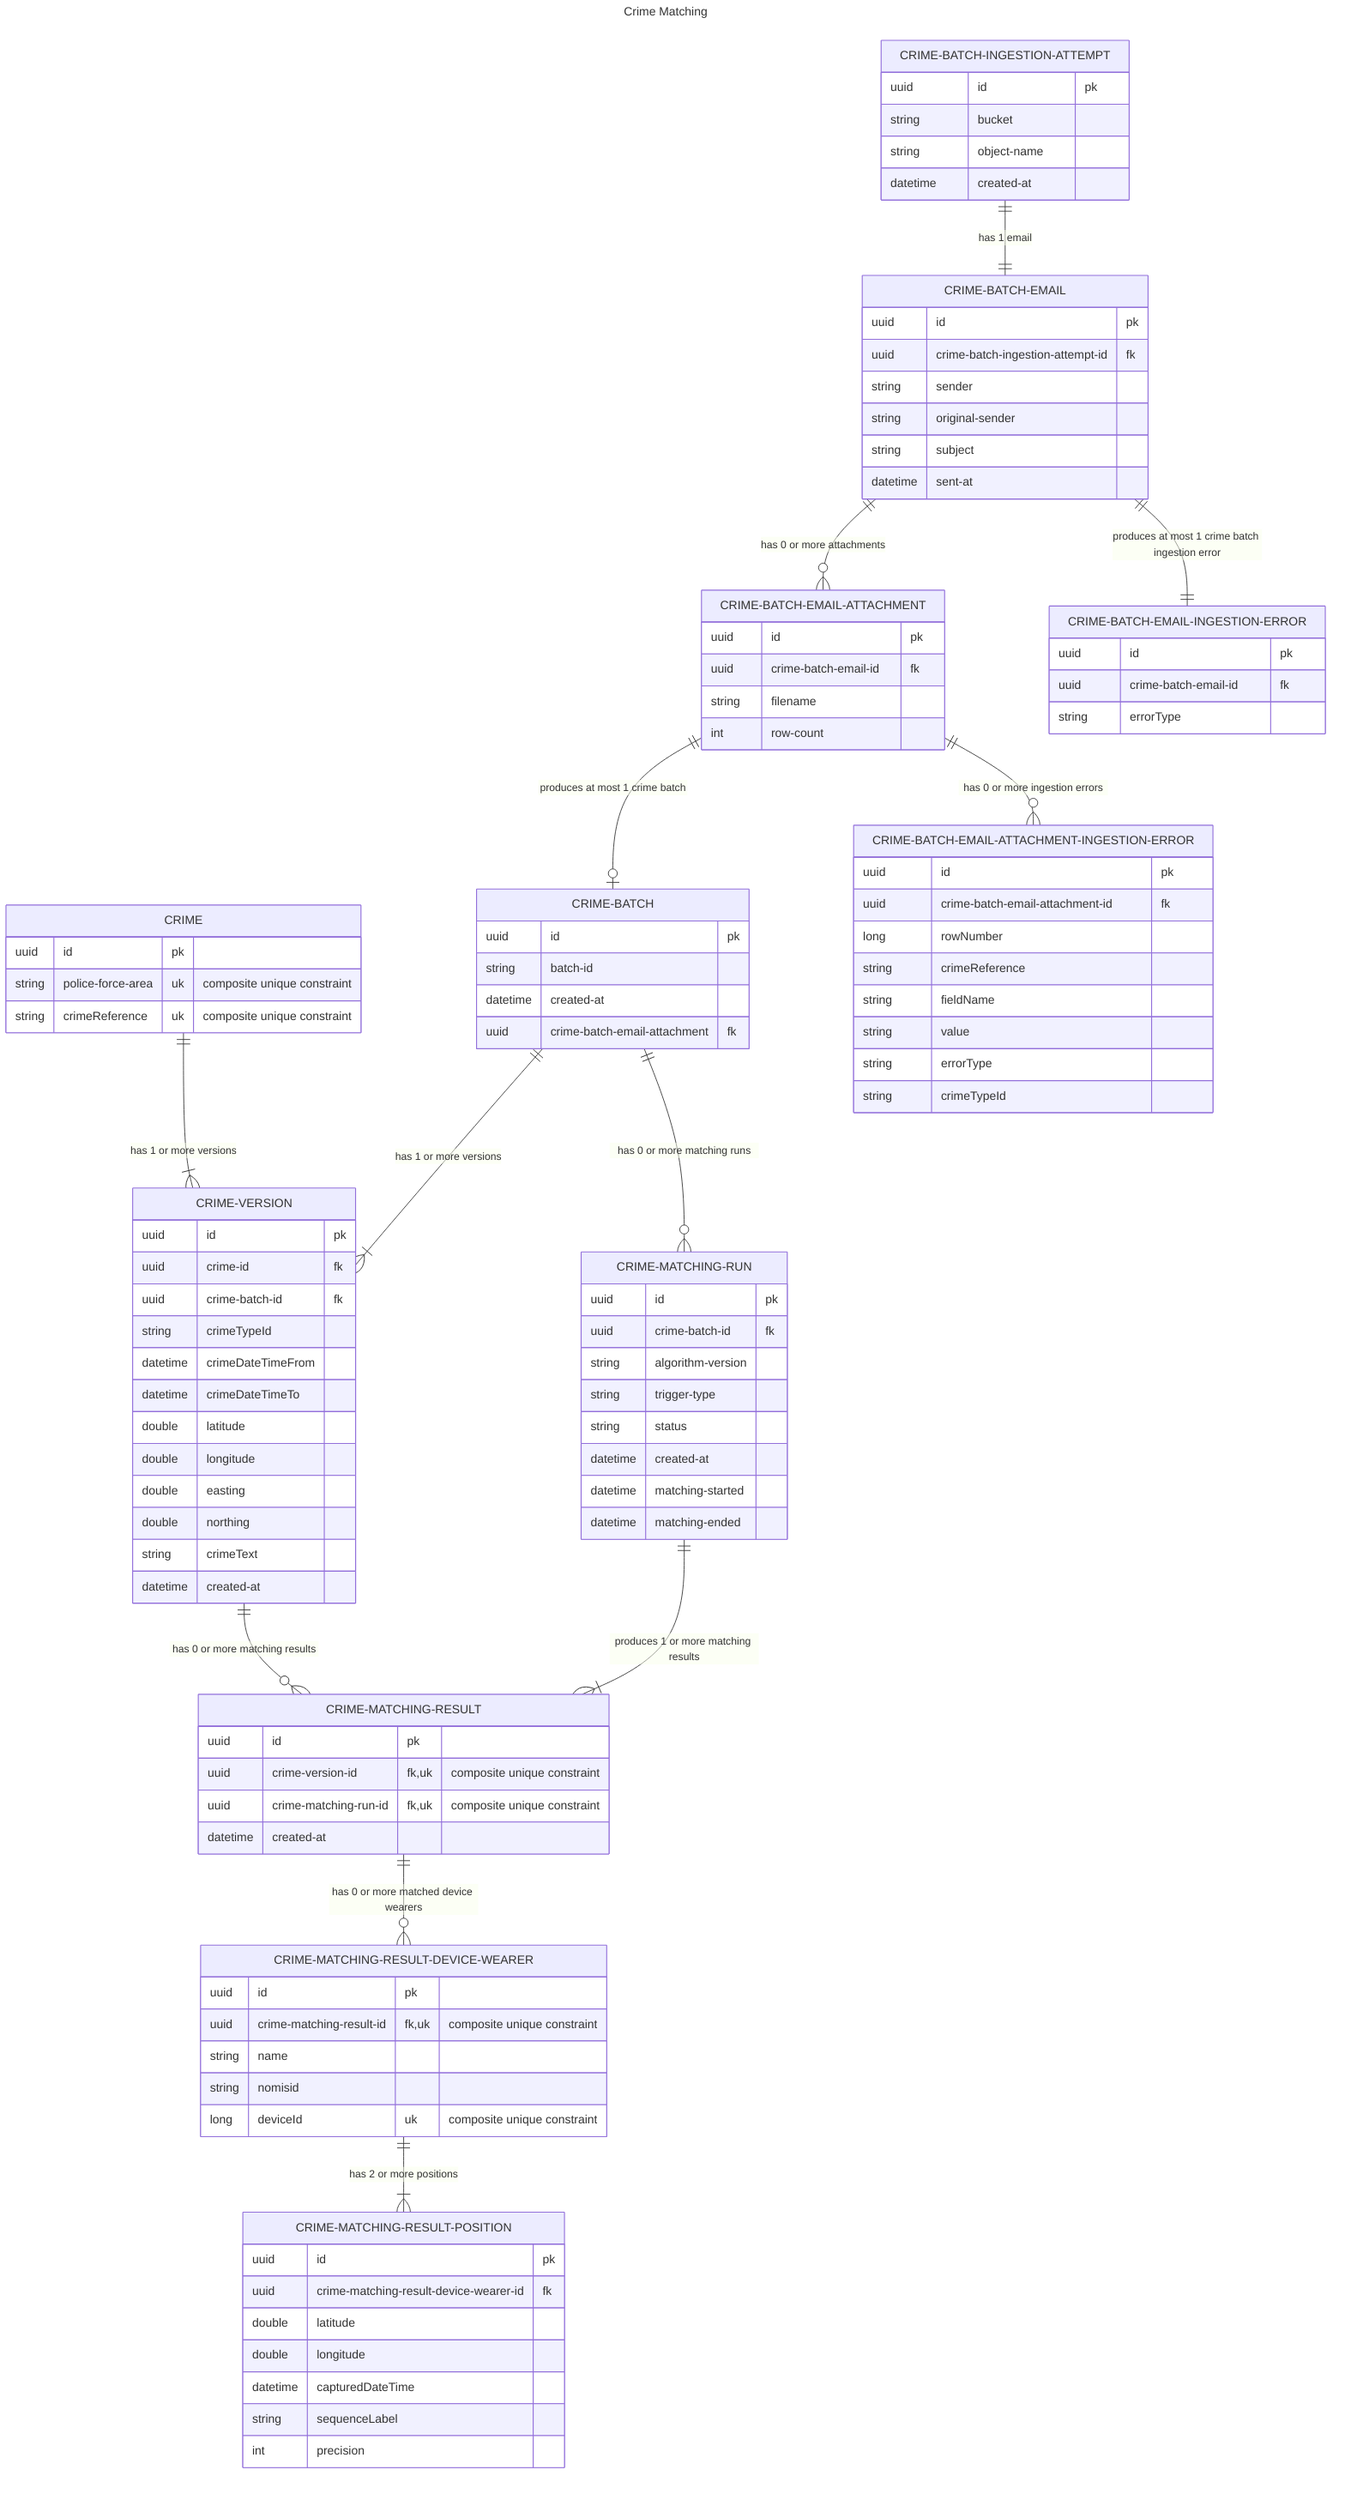
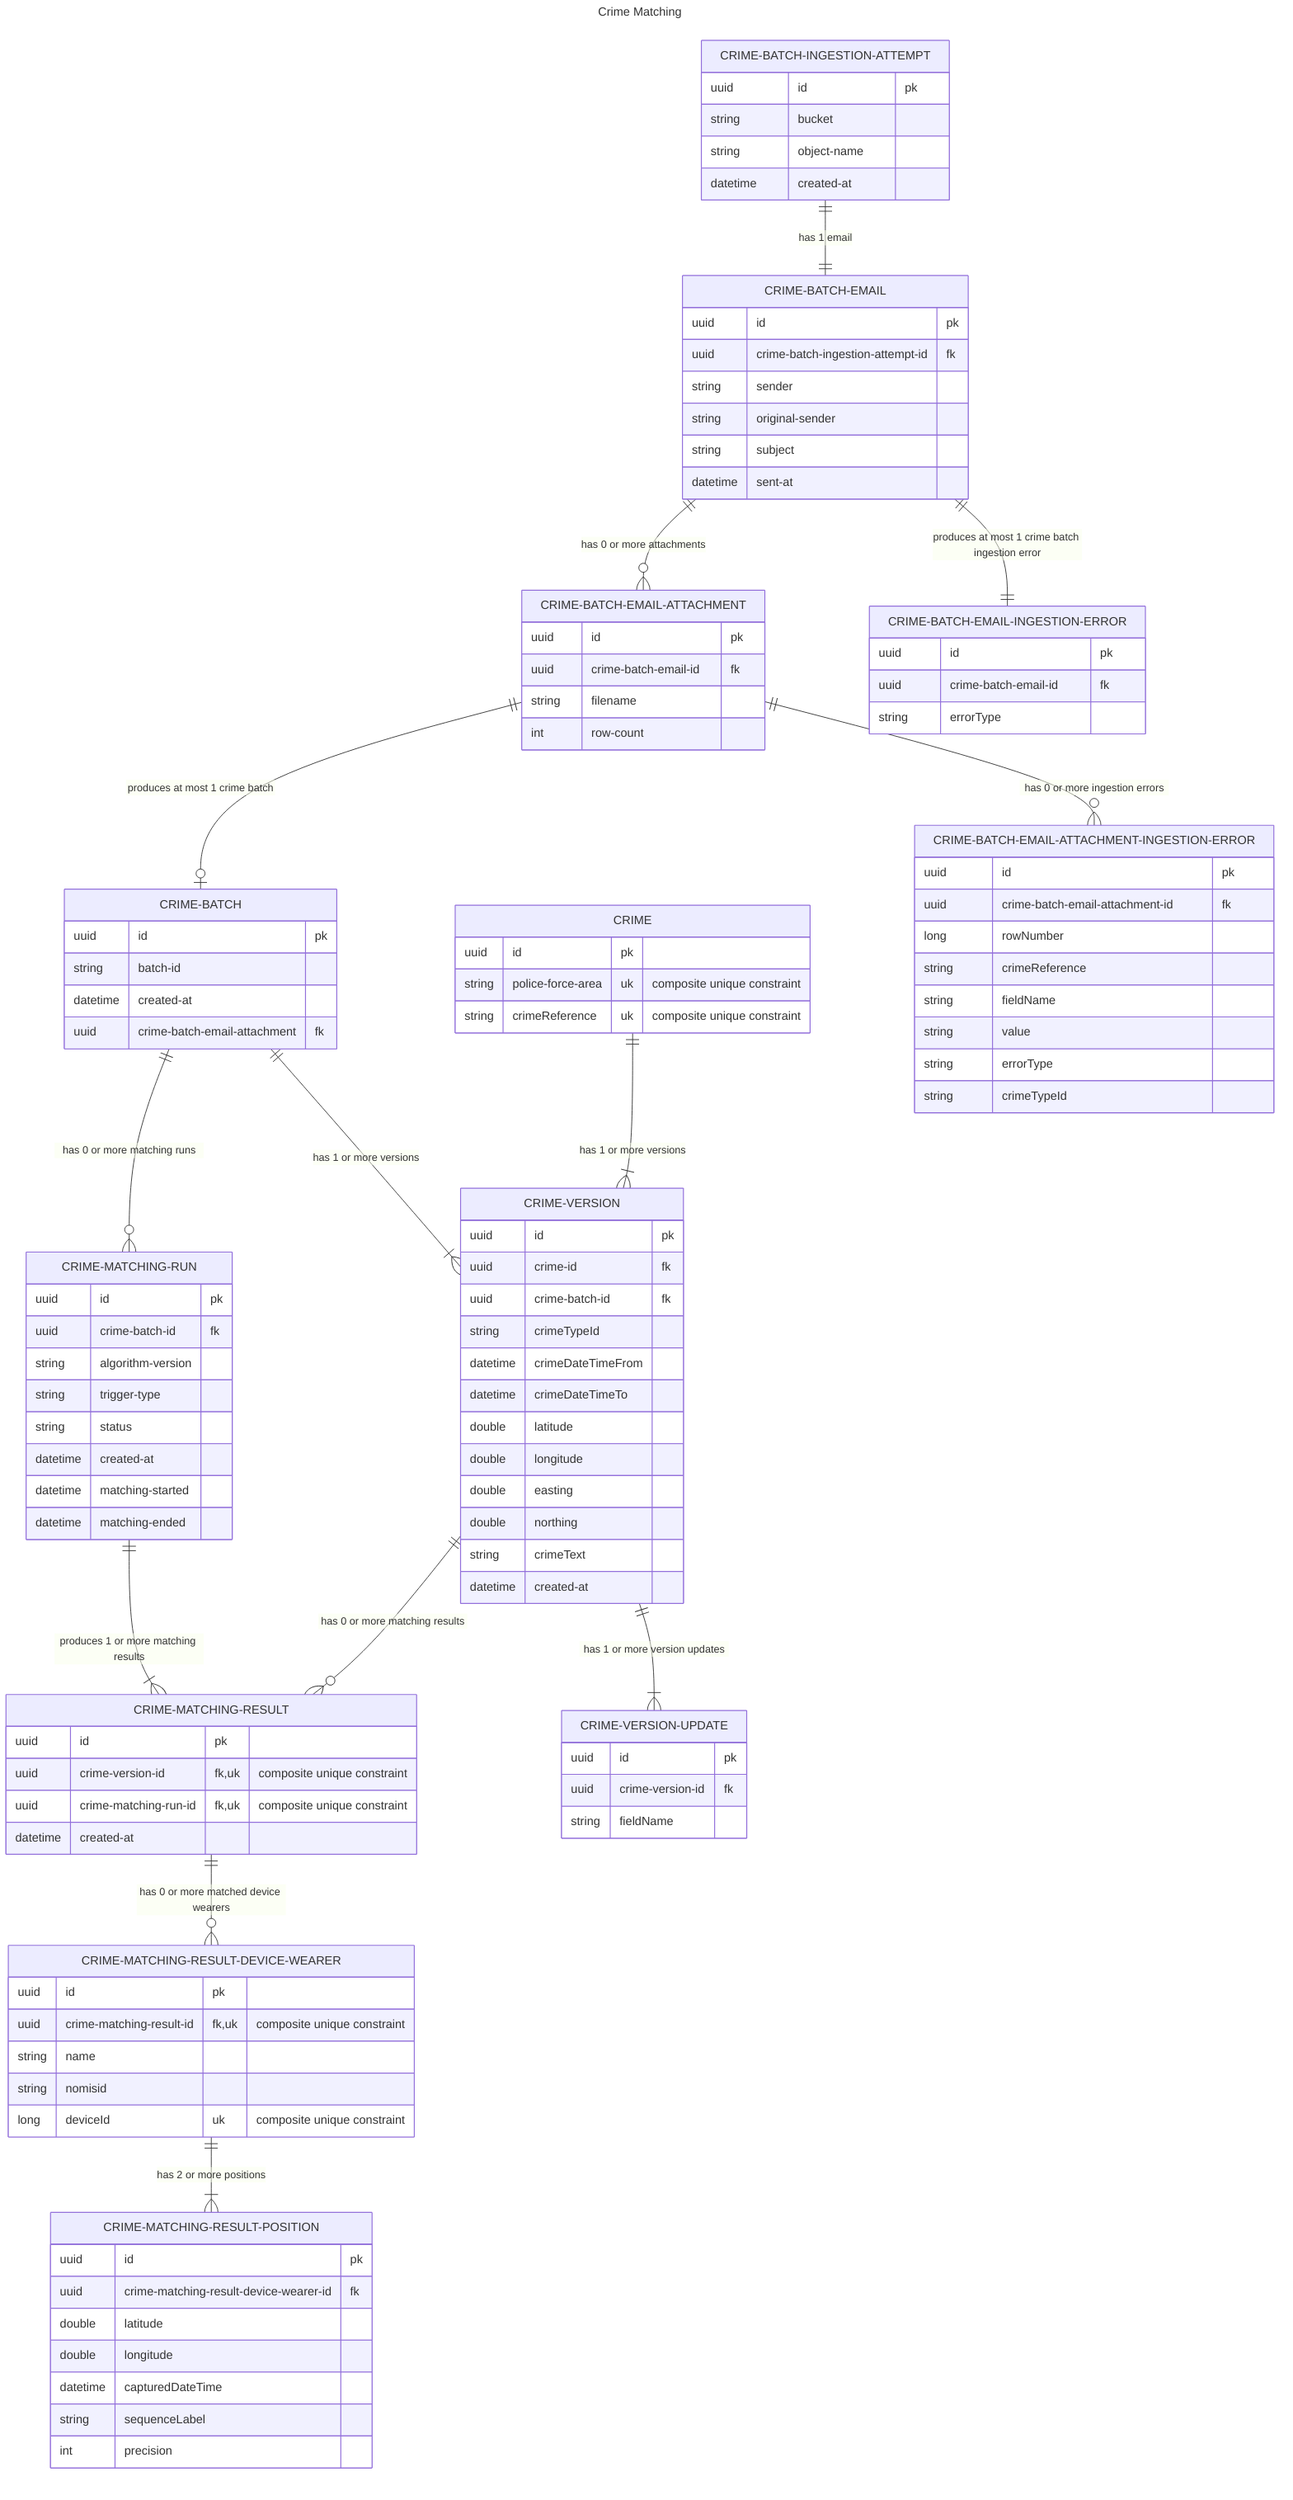
---
title: Crime Matching
---
erDiagram
    %% Domain
    CRIME 1 to 1+ CRIME-VERSION : "has 1 or more versions"
    CRIME-VERSION 1 to 0+ CRIME-MATCHING-RESULT : "has 0 or more matching results"
    CRIME-BATCH 1 to 1+ CRIME-VERSION : "has 1 or more versions"

    %% Ingestion
    CRIME-BATCH-EMAIL-ATTACHMENT 1 to zero or one CRIME-BATCH : "produces at most 1 crime batch"
    CRIME-BATCH-INGESTION-ATTEMPT 1 to 1 CRIME-BATCH-EMAIL : "has 1 email"
    CRIME-BATCH-EMAIL 1 to 0+ CRIME-BATCH-EMAIL-ATTACHMENT : "has 0 or more attachments"
    CRIME-BATCH-EMAIL-ATTACHMENT 1 to zero or more CRIME-BATCH-EMAIL-ATTACHMENT-INGESTION-ERROR : "has 0 or more ingestion errors"
    CRIME-BATCH-EMAIL 1 to 1 CRIME-BATCH-EMAIL-INGESTION-ERROR : "produces at most 1 crime batch ingestion error"
+     CRIME-VERSION 1 to 1+ CRIME-VERSION-UPDATE : "has 1 or more version updates"

    %% Matching
    CRIME-BATCH 1 to 0+ CRIME-MATCHING-RUN : "has 0 or more matching runs"
    CRIME-MATCHING-RUN 1 to 1+ CRIME-MATCHING-RESULT : "produces 1 or more matching results"
    CRIME-MATCHING-RESULT 1 to 0+ CRIME-MATCHING-RESULT-DEVICE-WEARER : "has 0 or more matched device wearers"
    CRIME-MATCHING-RESULT-DEVICE-WEARER 1 to 1+ CRIME-MATCHING-RESULT-POSITION : "has 2 or more positions"

    CRIME-BATCH {
        uuid id pk
        string batch-id
        datetime created-at
        uuid crime-batch-email-attachment fk
    }

    CRIME-BATCH-INGESTION-ATTEMPT {
        uuid id pk
        string bucket
        string object-name
        datetime created-at
    }

    CRIME-BATCH-EMAIL-INGESTION-ERROR  {
        uuid id pk
        uuid crime-batch-email-id fk
        string errorType
    }

    CRIME-BATCH-EMAIL {
        uuid id pk
        uuid crime-batch-ingestion-attempt-id fk
        string sender
        string original-sender
        string subject
        datetime sent-at
    }

    CRIME-BATCH-EMAIL-ATTACHMENT {
        uuid id pk
        uuid crime-batch-email-id fk
        string filename
        int row-count
    }

    CRIME-BATCH-EMAIL-ATTACHMENT-INGESTION-ERROR {
        uuid id pk
        uuid crime-batch-email-attachment-id fk
        long rowNumber
        string crimeReference
        string fieldName
        string value
        string errorType
        string crimeTypeId
    }

    CRIME {
        uuid id pk
        string police-force-area uk "composite unique constraint"
        string crimeReference uk "composite unique constraint"
    }

    CRIME-VERSION {
        uuid id pk
        uuid crime-id fk
        uuid crime-batch-id fk
        string crimeTypeId
        datetime crimeDateTimeFrom
        datetime crimeDateTimeTo
        double latitude
        double longitude
        double easting
        double northing
        string crimeText
        datetime created-at
    }

+     CRIME-VERSION-UPDATE {
+         uuid id pk
+         uuid crime-version-id fk
+         string fieldName
+     }
+ 
    CRIME-MATCHING-RUN {
        uuid id pk
        uuid crime-batch-id fk
        string algorithm-version
        string trigger-type
        string status
        datetime created-at
        datetime matching-started
        datetime matching-ended
    }

    CRIME-MATCHING-RESULT {
        uuid id pk
        uuid crime-version-id fk, uk "composite unique constraint"
        uuid crime-matching-run-id fk, uk "composite unique constraint"
        datetime created-at
    }

    CRIME-MATCHING-RESULT-DEVICE-WEARER {
        uuid id pk
        uuid crime-matching-result-id fk, uk "composite unique constraint"
        string name
        string nomisid
        long deviceId uk "composite unique constraint"
    }

    CRIME-MATCHING-RESULT-POSITION {
        uuid id pk
        uuid crime-matching-result-device-wearer-id fk
        double latitude
        double longitude
        datetime capturedDateTime
        string sequenceLabel
        int precision
    }